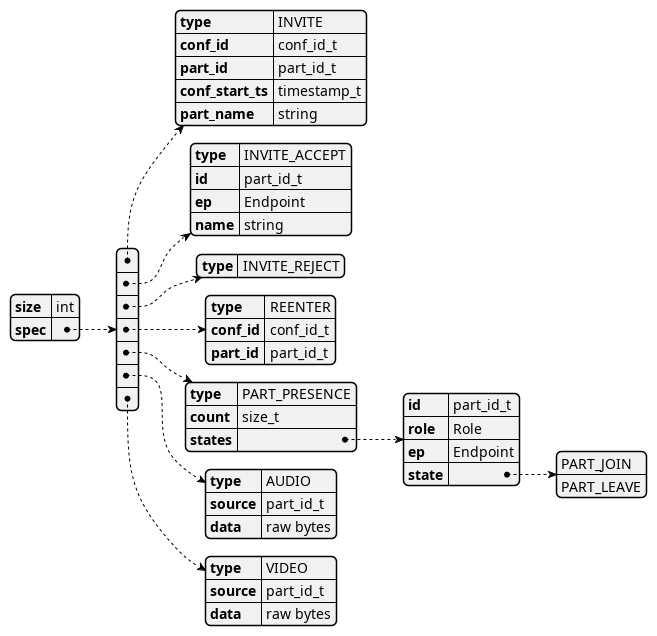
The PlantUML diagram docs/inc/diag/msg-types/msg-types.png in RullDeef/proto-cp, before a commit. The source it was exported from:
```plantuml
@startjson
{
  "size": "int",
  "spec": [
    {
      "type": "INVITE",
      "conf_id": "conf_id_t",
	    "part_id": "part_id_t",
	    "conf_start_ts": "timestamp_t",
    	"part_name": "string"
    },
    {
      "type": "INVITE_ACCEPT",
      "id": "part_id_t",
	    "ep": "Endpoint",
  	  "name": "string"
    },
    {
      "type": "INVITE_REJECT"
    },
    {
      "type": "REENTER",
      "conf_id": "conf_id_t",
      "part_id": "part_id_t"
    },
    {
      "type": "PART_PRESENCE",
      "count": "size_t",
      "states": {
        "id": "part_id_t",
        "role": "Role",
        "ep": "Endpoint",
        "state": [
          "PART_JOIN",
          "PART_LEAVE"
        ]
      }
    },
    {
      "type": "AUDIO",
	    "source": "part_id_t",
	    "data": "raw bytes"
    },
    {
      "type": "VIDEO",
	    "source": "part_id_t",
	    "data": "raw bytes"
    }
  ]
}
@endjson
```
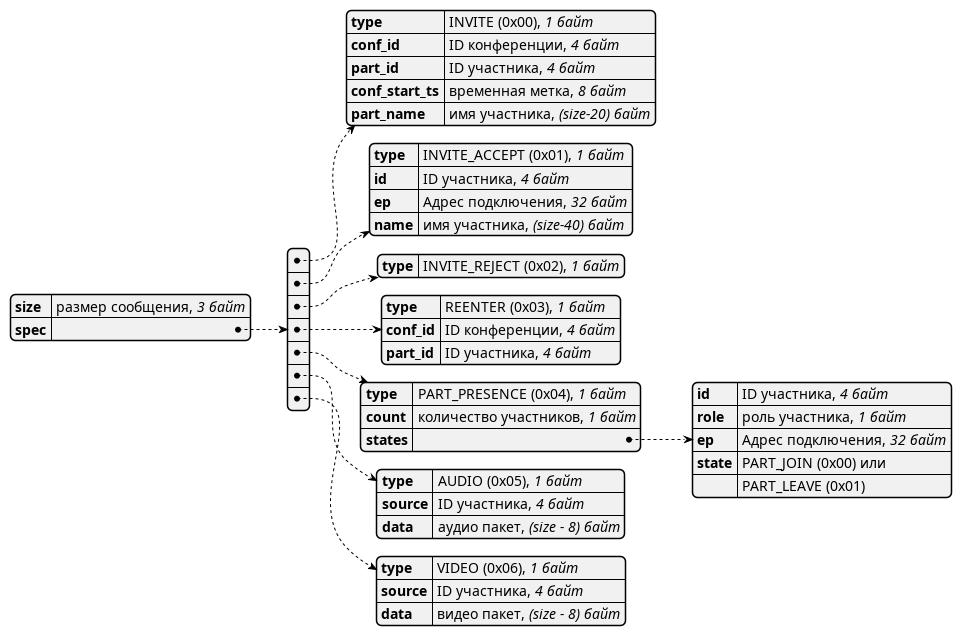
The same diagram one commit later.

The edit, as a diff of the source:
```diff
@@ -1,50 +1,48 @@
 @startjson
 {
-  "size": "int",
+  "size": "размер сообщения, <i>3 байт</i>",
   "spec": [
     {
-      "type": "INVITE",
-      "conf_id": "conf_id_t",
-	    "part_id": "part_id_t",
-	    "conf_start_ts": "timestamp_t",
-    	"part_name": "string"
+      "type": "INVITE (0x00), <i>1 байт</i>",
+      "conf_id": "ID конференции, <i>4 байт</i>",
+	    "part_id": "ID участника, <i>4 байт</i>",
+	    "conf_start_ts": "временная метка, <i>8 байт</i>",
+    	"part_name": "имя участника, <i>(size-20) байт</i>"
     },
     {
-      "type": "INVITE_ACCEPT",
-      "id": "part_id_t",
-	    "ep": "Endpoint",
-  	  "name": "string"
+      "type": "INVITE_ACCEPT (0x01), <i>1 байт</i>",
+      "id": "ID участника, <i>4 байт</i>",
+	    "ep": "Адрес подключения, <i>32 байт</i>",
+  	  "name": "имя участника, <i>(size-40) байт</i>"
     },
     {
-      "type": "INVITE_REJECT"
+      "type": "INVITE_REJECT (0x02), <i>1 байт</i>"
     },
     {
-      "type": "REENTER",
-      "conf_id": "conf_id_t",
-      "part_id": "part_id_t"
+      "type": "REENTER (0x03), <i>1 байт</i>",
+      "conf_id": "ID конференции, <i>4 байт</i>",
+	    "part_id": "ID участника, <i>4 байт</i>"
     },
     {
-      "type": "PART_PRESENCE",
-      "count": "size_t",
+      "type": "PART_PRESENCE (0х04), <i>1 байт</i>",
+      "count": "количество участников, <i>1 байт</i>",
       "states": {
-        "id": "part_id_t",
-        "role": "Role",
-        "ep": "Endpoint",
-        "state": [
-          "PART_JOIN",
-          "PART_LEAVE"
-        ]
+        "id": "ID участника, <i>4 байт</i>",
+        "role": "роль участника, <i>1 байт</i>",
+        "ep": "Адрес подключения, <i>32 байт</i>",
+        "state": "PART_JOIN (0x00) или",
+        "": "PART_LEAVE (0x01)"
       }
     },
     {
-      "type": "AUDIO",
-	    "source": "part_id_t",
-	    "data": "raw bytes"
+      "type": "AUDIO (0x05), <i>1 байт</i>",
+	    "source": "ID участника, <i>4 байт</i>",
+	    "data": "аудио пакет, <i>(size - 8) байт</i>"
     },
     {
-      "type": "VIDEO",
-	    "source": "part_id_t",
-	    "data": "raw bytes"
+      "type": "VIDEO (0x06), <i>1 байт</i>",
+	    "source": "ID участника, <i>4 байт</i>",
+	    "data": "видео пакет, <i>(size - 8) байт</i>"
     }
   ]
 }
```
